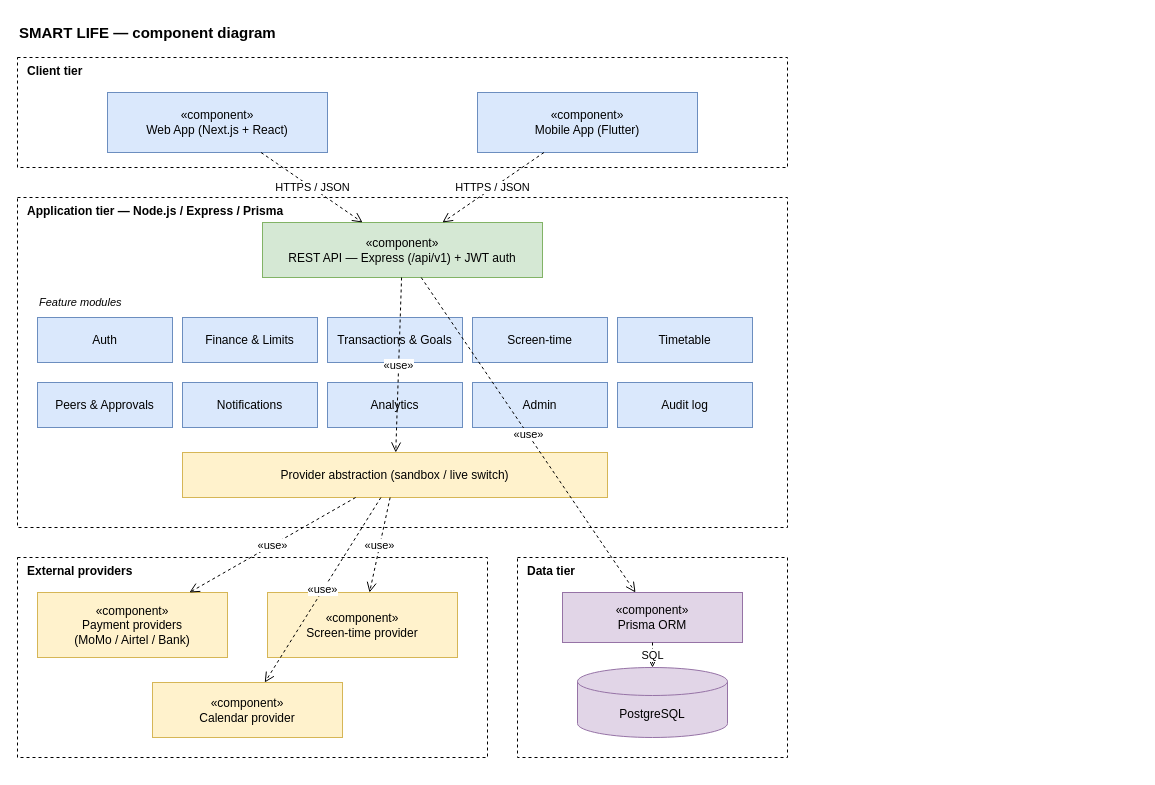
The draw.io diagram docs/diagrams/component-diagram.drawio in NTIVUNWA250/smart-life, before the edit. Source tidied: cells renumbered, new cells numbered last; positions are measured from the earlier drawing's top-left corner, leaving out a move shared by most shapes. Both pictures are drawn from the tidied source at 100%, with x=0, y=0 at pixel (17, 17).
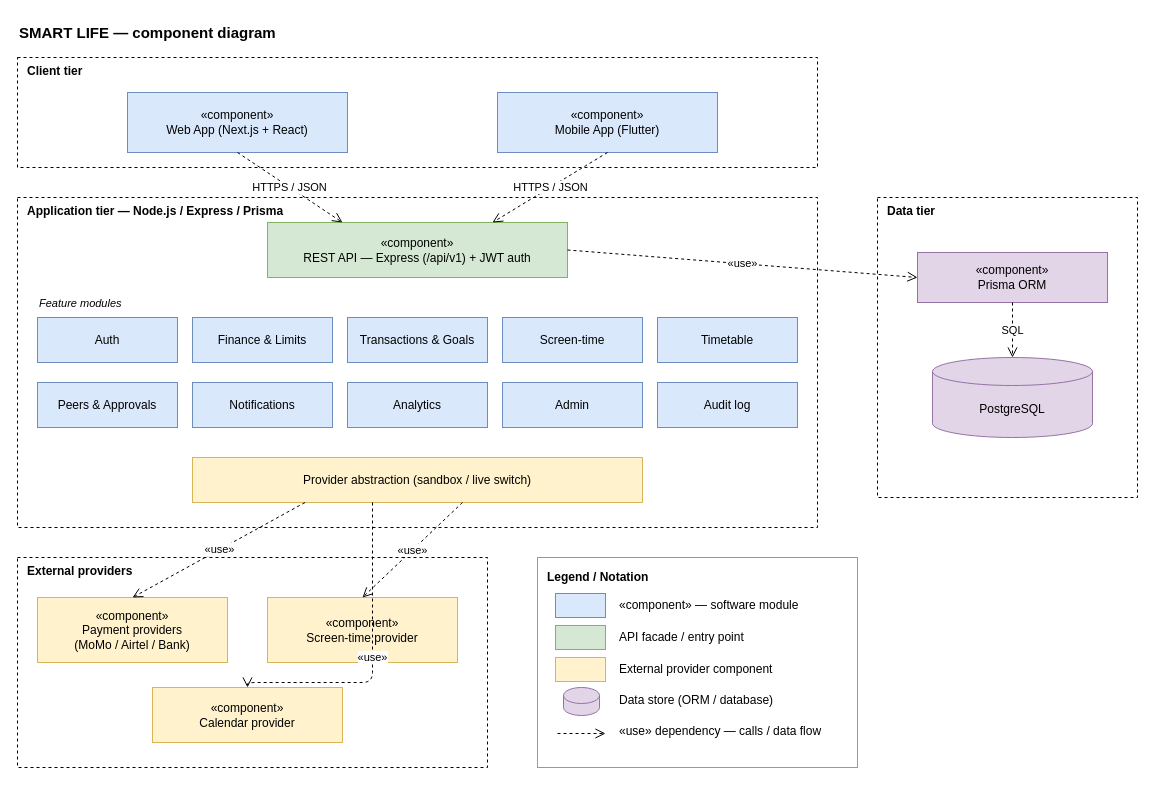
Above is the later version.

What changed in the source:
```diff
@@
     <mxCell id="2" value="SMART LIFE — component diagram" style="text;html=1;align=left;verticalAlign=middle;fontStyle=1;fontSize=15;" parent="1" vertex="1">
-      <mxGeometry width="420" height="30" as="geometry" />
+      <mxGeometry width="460" height="30" as="geometry" />
     </mxCell>
     <mxCell id="3" value="Client tier" style="rounded=0;whiteSpace=wrap;html=1;dashed=1;fillColor=none;verticalAlign=top;align=left;spacingLeft=8;fontStyle=1;" parent="1" vertex="1">
-      <mxGeometry y="40" width="770" height="110" as="geometry" />
+      <mxGeometry y="40" width="800" height="110" as="geometry" />
     </mxCell>
     <mxCell id="4" value="«component»&#10;Web App (Next.js + React)" style="rounded=0;whiteSpace=wrap;html=1;fillColor=#dae8fc;strokeColor=#6c8ebf;" parent="1" vertex="1">
-      <mxGeometry x="90" y="75" width="220" height="60" as="geometry" />
+      <mxGeometry x="110" y="75" width="220" height="60" as="geometry" />
     </mxCell>
     <mxCell id="5" value="«component»&#10;Mobile App (Flutter)" style="rounded=0;whiteSpace=wrap;html=1;fillColor=#dae8fc;strokeColor=#6c8ebf;" parent="1" vertex="1">
-      <mxGeometry x="460" y="75" width="220" height="60" as="geometry" />
+      <mxGeometry x="480" y="75" width="220" height="60" as="geometry" />
     </mxCell>
     <mxCell id="6" value="Application tier — Node.js / Express / Prisma" style="rounded=0;whiteSpace=wrap;html=1;dashed=1;fillColor=none;verticalAlign=top;align=left;spacingLeft=8;fontStyle=1;" parent="1" vertex="1">
-      <mxGeometry y="180" width="770" height="330" as="geometry" />
+      <mxGeometry y="180" width="800" height="330" as="geometry" />
     </mxCell>
     <mxCell id="7" value="«component»&#10;REST API — Express (/api/v1) + JWT auth" style="rounded=0;whiteSpace=wrap;html=1;fillColor=#d5e8d4;strokeColor=#82b366;" parent="1" vertex="1">
-      <mxGeometry x="245" y="205" width="280" height="55" as="geometry" />
+      <mxGeometry x="250" y="205" width="300" height="55" as="geometry" />
     </mxCell>
     <mxCell id="8" value="Feature modules" style="text;html=1;align=left;verticalAlign=middle;fontStyle=2;fontSize=11;" parent="1" vertex="1">
-      <mxGeometry x="20" y="275" width="160" height="20" as="geometry" />
+      <mxGeometry x="20" y="276" width="160" height="20" as="geometry" />
     </mxCell>
     <mxCell id="9" value="Auth" style="rounded=0;whiteSpace=wrap;html=1;fillColor=#dae8fc;strokeColor=#6c8ebf;" parent="1" vertex="1">
-      <mxGeometry x="20" y="300" width="135" height="45" as="geometry" />
+      <mxGeometry x="20" y="300" width="140" height="45" as="geometry" />
     </mxCell>
     <mxCell id="10" value="Finance &amp; Limits" style="rounded=0;whiteSpace=wrap;html=1;fillColor=#dae8fc;strokeColor=#6c8ebf;" parent="1" vertex="1">
-      <mxGeometry x="165" y="300" width="135" height="45" as="geometry" />
+      <mxGeometry x="175" y="300" width="140" height="45" as="geometry" />
     </mxCell>
     <mxCell id="11" value="Transactions &amp; Goals" style="rounded=0;whiteSpace=wrap;html=1;fillColor=#dae8fc;strokeColor=#6c8ebf;" parent="1" vertex="1">
-      <mxGeometry x="310" y="300" width="135" height="45" as="geometry" />
+      <mxGeometry x="330" y="300" width="140" height="45" as="geometry" />
     </mxCell>
     <mxCell id="12" value="Screen-time" style="rounded=0;whiteSpace=wrap;html=1;fillColor=#dae8fc;strokeColor=#6c8ebf;" parent="1" vertex="1">
-      <mxGeometry x="455" y="300" width="135" height="45" as="geometry" />
+      <mxGeometry x="485" y="300" width="140" height="45" as="geometry" />
     </mxCell>
     <mxCell id="13" value="Timetable" style="rounded=0;whiteSpace=wrap;html=1;fillColor=#dae8fc;strokeColor=#6c8ebf;" parent="1" vertex="1">
-      <mxGeometry x="600" y="300" width="135" height="45" as="geometry" />
+      <mxGeometry x="640" y="300" width="140" height="45" as="geometry" />
     </mxCell>
     <mxCell id="14" value="Peers &amp; Approvals" style="rounded=0;whiteSpace=wrap;html=1;fillColor=#dae8fc;strokeColor=#6c8ebf;" parent="1" vertex="1">
-      <mxGeometry x="20" y="365" width="135" height="45" as="geometry" />
+      <mxGeometry x="20" y="365" width="140" height="45" as="geometry" />
     </mxCell>
     <mxCell id="15" value="Notifications" style="rounded=0;whiteSpace=wrap;html=1;fillColor=#dae8fc;strokeColor=#6c8ebf;" parent="1" vertex="1">
-      <mxGeometry x="165" y="365" width="135" height="45" as="geometry" />
+      <mxGeometry x="175" y="365" width="140" height="45" as="geometry" />
     </mxCell>
     <mxCell id="16" value="Analytics" style="rounded=0;whiteSpace=wrap;html=1;fillColor=#dae8fc;strokeColor=#6c8ebf;" parent="1" vertex="1">
-      <mxGeometry x="310" y="365" width="135" height="45" as="geometry" />
+      <mxGeometry x="330" y="365" width="140" height="45" as="geometry" />
     </mxCell>
     <mxCell id="17" value="Admin" style="rounded=0;whiteSpace=wrap;html=1;fillColor=#dae8fc;strokeColor=#6c8ebf;" parent="1" vertex="1">
-      <mxGeometry x="455" y="365" width="135" height="45" as="geometry" />
+      <mxGeometry x="485" y="365" width="140" height="45" as="geometry" />
     </mxCell>
     <mxCell id="18" value="Audit log" style="rounded=0;whiteSpace=wrap;html=1;fillColor=#dae8fc;strokeColor=#6c8ebf;" parent="1" vertex="1">
-      <mxGeometry x="600" y="365" width="135" height="45" as="geometry" />
+      <mxGeometry x="640" y="365" width="140" height="45" as="geometry" />
     </mxCell>
     <mxCell id="19" value="Provider abstraction (sandbox / live switch)" style="rounded=0;whiteSpace=wrap;html=1;fillColor=#fff2cc;strokeColor=#d6b656;" parent="1" vertex="1">
-      <mxGeometry x="165" y="435" width="425" height="45" as="geometry" />
+      <mxGeometry x="175" y="440" width="450" height="45" as="geometry" />
     </mxCell>
     <mxCell id="20" value="External providers" style="rounded=0;whiteSpace=wrap;html=1;dashed=1;fillColor=none;verticalAlign=top;align=left;spacingLeft=8;fontStyle=1;" parent="1" vertex="1">
-      <mxGeometry y="540" width="470" height="200" as="geometry" />
+      <mxGeometry y="540" width="470" height="210" as="geometry" />
     </mxCell>
     <mxCell id="21" value="«component»&#10;Payment providers&#10;(MoMo / Airtel / Bank)" style="rounded=0;whiteSpace=wrap;html=1;fillColor=#fff2cc;strokeColor=#d6b656;" parent="1" vertex="1">
-      <mxGeometry x="20" y="575" width="190" height="65" as="geometry" />
+      <mxGeometry x="20" y="580" width="190" height="65" as="geometry" />
     </mxCell>
     <mxCell id="22" value="«component»&#10;Screen-time provider" style="rounded=0;whiteSpace=wrap;html=1;fillColor=#fff2cc;strokeColor=#d6b656;" parent="1" vertex="1">
-      <mxGeometry x="250" y="575" width="190" height="65" as="geometry" />
+      <mxGeometry x="250" y="580" width="190" height="65" as="geometry" />
     </mxCell>
     <mxCell id="23" value="«component»&#10;Calendar provider" style="rounded=0;whiteSpace=wrap;html=1;fillColor=#fff2cc;strokeColor=#d6b656;" parent="1" vertex="1">
-      <mxGeometry x="135" y="665" width="190" height="55" as="geometry" />
+      <mxGeometry x="135" y="670" width="190" height="55" as="geometry" />
     </mxCell>
     <mxCell id="24" value="Data tier" style="rounded=0;whiteSpace=wrap;html=1;dashed=1;fillColor=none;verticalAlign=top;align=left;spacingLeft=8;fontStyle=1;" parent="1" vertex="1">
-      <mxGeometry x="500" y="540" width="270" height="200" as="geometry" />
+      <mxGeometry x="860" y="180" width="260" height="300" as="geometry" />
     </mxCell>
     <mxCell id="25" value="«component»&#10;Prisma ORM" style="rounded=0;whiteSpace=wrap;html=1;fillColor=#e1d5e7;strokeColor=#9673a6;" parent="1" vertex="1">
-      <mxGeometry x="545" y="575" width="180" height="50" as="geometry" />
+      <mxGeometry x="900" y="235" width="190" height="50" as="geometry" />
     </mxCell>
     <mxCell id="26" value="PostgreSQL" style="shape=cylinder3;whiteSpace=wrap;html=1;boundedLbl=1;backgroundOutline=1;size=14;fillColor=#e1d5e7;strokeColor=#9673a6;" parent="1" vertex="1">
-      <mxGeometry x="560" y="650" width="150" height="70" as="geometry" />
+      <mxGeometry x="915" y="340" width="160" height="80" as="geometry" />
     </mxCell>
-    <mxCell id="27" value="HTTPS / JSON" style="endArrow=open;dashed=1;html=1;endSize=8;" parent="1" edge="1" source="4" target="7">
+    <mxCell id="27" value="HTTPS / JSON" style="endArrow=open;dashed=1;html=1;endSize=8;exitX=0.5;exitY=1;exitDx=0;exitDy=0;entryX=0.25;entryY=0;entryDx=0;entryDy=0;" parent="1" edge="1" source="4" target="7">
       <mxGeometry relative="1" as="geometry" />
     </mxCell>
-    <mxCell id="28" value="HTTPS / JSON" style="endArrow=open;dashed=1;html=1;endSize=8;" parent="1" edge="1" source="5" target="7">
+    <mxCell id="28" value="HTTPS / JSON" style="endArrow=open;dashed=1;html=1;endSize=8;exitX=0.5;exitY=1;exitDx=0;exitDy=0;entryX=0.75;entryY=0;entryDx=0;entryDy=0;" parent="1" edge="1" source="5" target="7">
       <mxGeometry relative="1" as="geometry" />
     </mxCell>
-    <mxCell id="29" value="«use»" style="endArrow=open;dashed=1;html=1;endSize=8;" parent="1" edge="1" source="7" target="19">
-      <mxGeometry relative="1" as="geometry" />
-    </mxCell>
+    <mxCell id="33" value="«use»" style="endArrow=open;dashed=1;html=1;endSize=8;exitX=1;exitY=0.5;exitDx=0;exitDy=0;entryX=0;entryY=0.5;entryDx=0;entryDy=0;" parent="1" edge="1" source="7" target="25">
+      <mxGeometry relative="1" as="geometry" />
+    </mxCell>
+    <mxCell id="34" value="SQL" style="endArrow=open;dashed=1;html=1;endSize=8;exitX=0.5;exitY=1;exitDx=0;exitDy=0;entryX=0.5;entryY=0;entryDx=0;entryDy=0;" parent="1" edge="1" source="25" target="26">
+      <mxGeometry relative="1" as="geometry" />
+    </mxCell>
-    <mxCell id="30" value="«use»" style="endArrow=open;dashed=1;html=1;endSize=8;" parent="1" edge="1" source="19" target="21">
+    <mxCell id="30" value="«use»" style="endArrow=open;dashed=1;html=1;endSize=8;exitX=0.25;exitY=1;exitDx=0;exitDy=0;entryX=0.5;entryY=0;entryDx=0;entryDy=0;" parent="1" edge="1" source="19" target="21">
       <mxGeometry relative="1" as="geometry" />
     </mxCell>
-    <mxCell id="31" value="«use»" style="endArrow=open;dashed=1;html=1;endSize=8;" parent="1" edge="1" source="19" target="22">
+    <mxCell id="31" value="«use»" style="endArrow=open;dashed=1;html=1;endSize=8;exitX=0.6;exitY=1;exitDx=0;exitDy=0;entryX=0.5;entryY=0;entryDx=0;entryDy=0;" parent="1" edge="1" source="19" target="22">
       <mxGeometry relative="1" as="geometry" />
     </mxCell>
-    <mxCell id="32" value="«use»" style="endArrow=open;dashed=1;html=1;endSize=8;" parent="1" edge="1" source="19" target="23">
-      <mxGeometry relative="1" as="geometry" />
+    <mxCell id="32" value="«use»" style="endArrow=open;dashed=1;html=1;endSize=8;exitX=0.4;exitY=1;exitDx=0;exitDy=0;entryX=0.5;entryY=0;entryDx=0;entryDy=0;" parent="1" edge="1" source="19" target="23">
+      <mxGeometry relative="1" as="geometry">
+        <Array as="points">
+          <mxPoint x="355" y="665" />
+          <mxPoint x="230" y="665" />
+        </Array>
+      </mxGeometry>
     </mxCell>
-    <mxCell id="33" value="«use»" style="endArrow=open;dashed=1;html=1;endSize=8;" parent="1" edge="1" source="7" target="25">
-      <mxGeometry relative="1" as="geometry" />
-    </mxCell>
-    <mxCell id="34" value="SQL" style="endArrow=open;dashed=1;html=1;endSize=8;" parent="1" edge="1" source="25" target="26">
-      <mxGeometry relative="1" as="geometry" />
-    </mxCell>
+    <mxCell id="35" value="Legend / Notation" style="rounded=0;whiteSpace=wrap;html=1;fillColor=none;strokeColor=#999999;verticalAlign=top;align=left;spacingLeft=8;spacingTop=6;fontStyle=1;" parent="1" vertex="1">
+      <mxGeometry x="520" y="540" width="320" height="210" as="geometry" />
+    </mxCell>
+    <mxCell id="36" style="rounded=0;whiteSpace=wrap;html=1;fillColor=#dae8fc;strokeColor=#6c8ebf;" parent="1" vertex="1">
+      <mxGeometry x="538" y="576" width="50" height="24" as="geometry" />
+    </mxCell>
+    <mxCell id="37" value="«component» — software module" style="text;html=1;align=left;verticalAlign=middle;" parent="1" vertex="1">
+      <mxGeometry x="600" y="576" width="230" height="24" as="geometry" />
+    </mxCell>
+    <mxCell id="38" style="rounded=0;whiteSpace=wrap;html=1;fillColor=#d5e8d4;strokeColor=#82b366;" parent="1" vertex="1">
+      <mxGeometry x="538" y="608" width="50" height="24" as="geometry" />
+    </mxCell>
+    <mxCell id="39" value="API facade / entry point" style="text;html=1;align=left;verticalAlign=middle;" parent="1" vertex="1">
+      <mxGeometry x="600" y="608" width="230" height="24" as="geometry" />
+    </mxCell>
+    <mxCell id="40" style="rounded=0;whiteSpace=wrap;html=1;fillColor=#fff2cc;strokeColor=#d6b656;" parent="1" vertex="1">
+      <mxGeometry x="538" y="640" width="50" height="24" as="geometry" />
+    </mxCell>
+    <mxCell id="41" value="External provider component" style="text;html=1;align=left;verticalAlign=middle;" parent="1" vertex="1">
+      <mxGeometry x="600" y="640" width="230" height="24" as="geometry" />
+    </mxCell>
+    <mxCell id="42" style="shape=cylinder3;whiteSpace=wrap;html=1;backgroundOutline=1;size=8;fillColor=#e1d5e7;strokeColor=#9673a6;" parent="1" vertex="1">
+      <mxGeometry x="546" y="670" width="36" height="28" as="geometry" />
+    </mxCell>
+    <mxCell id="43" value="Data store (ORM / database)" style="text;html=1;align=left;verticalAlign=middle;" parent="1" vertex="1">
+      <mxGeometry x="600" y="671" width="230" height="24" as="geometry" />
+    </mxCell>
+    <mxCell id="44" style="endArrow=open;html=1;dashed=1;endSize=8;" parent="1" edge="1">
+      <mxGeometry relative="1" as="geometry">
+        <mxPoint x="540" y="716" as="sourcePoint" />
+        <mxPoint x="588" y="716" as="targetPoint" />
+      </mxGeometry>
+    </mxCell>
+    <mxCell id="45" value="«use» dependency — calls / data flow" style="text;html=1;align=left;verticalAlign=middle;" parent="1" vertex="1">
+      <mxGeometry x="600" y="702" width="240" height="24" as="geometry" />
+    </mxCell>
```
